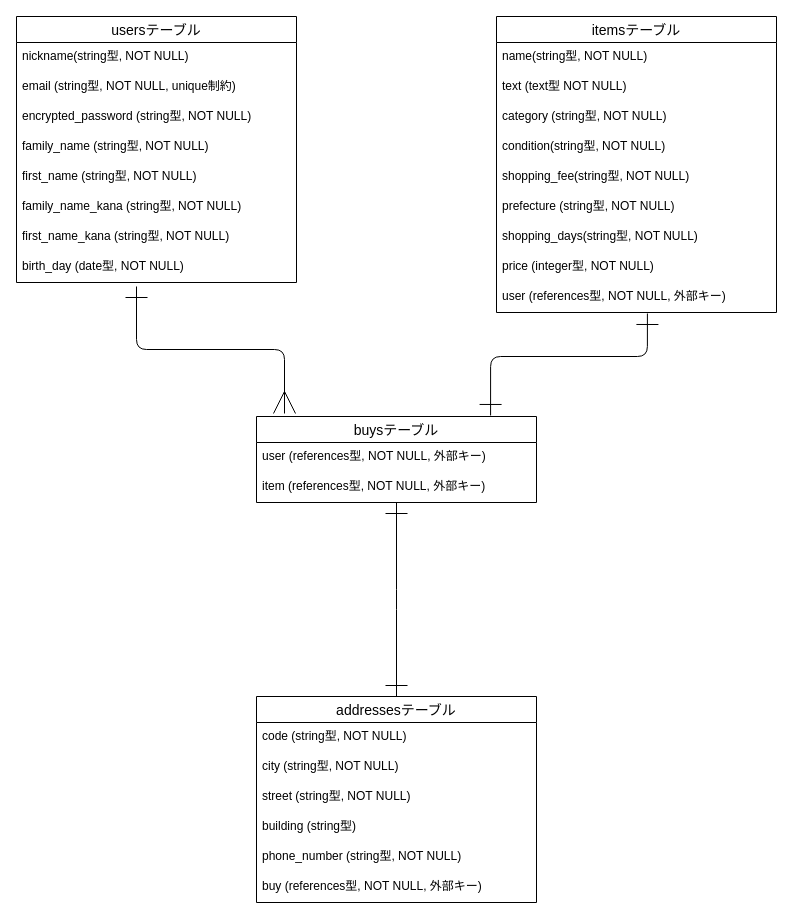
The draw.io diagram furima.dio in amamyyyyy/furima-40448, before the edit. Source tidied: cells renumbered, new cells numbered last; positions are measured from the earlier drawing's top-left corner, leaving out a move shared by most shapes. Both pictures are drawn from the tidied source at 100%, with x=0, y=0 at pixel (16, 16).
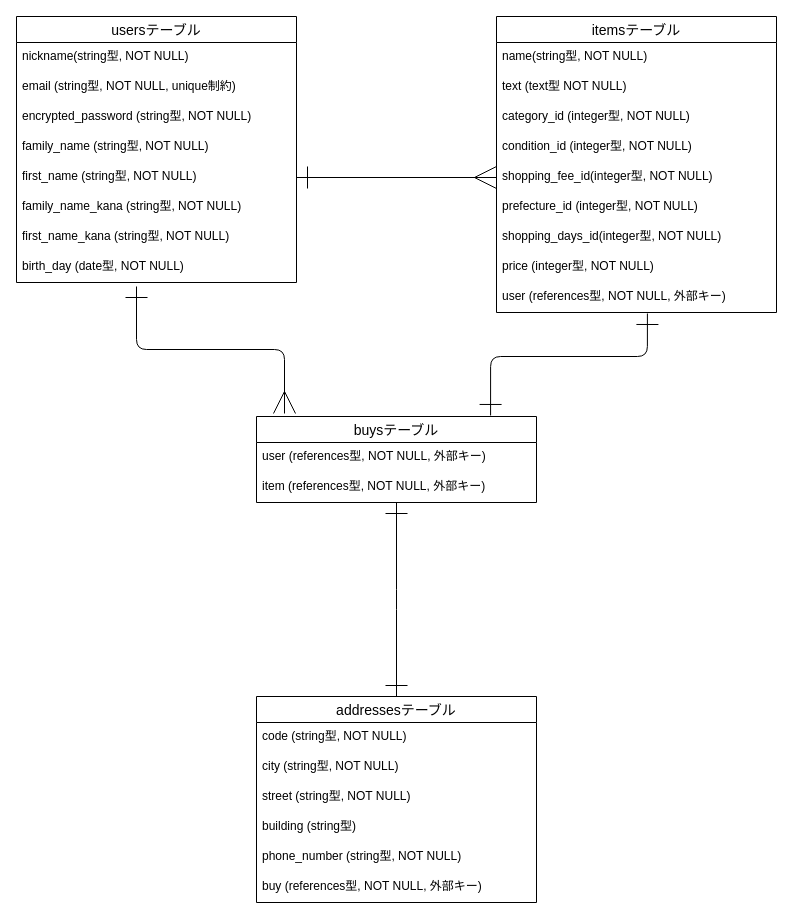
The same page after the edit.

The change refers to these unchanged cells:
```xml
<mxCell id="7" value="first_name (string型, NOT NULL)" style="text;strokeColor=none;fillColor=none;spacingLeft=4;spacingRight=4;overflow=hidden;points=[[0,0.5],[1,0.5]];portConstraint=eastwest;fontSize=12;" parent="2" vertex="1">
  <mxGeometry y="146" width="280" height="30" as="geometry" />
</mxCell>
<mxCell id="21" value="itemsテーブル" style="swimlane;fontStyle=0;horizontal=1;startSize=26;align=center;fontSize=14;" parent="1" vertex="1">
  <mxGeometry x="480" width="280" height="296" as="geometry" />
</mxCell>
```

What changed in the source:
```diff
@@
-    <mxCell id="24" value="category (string型, NOT NULL)" style="text;strokeColor=none;fillColor=none;spacingLeft=4;spacingRight=4;overflow=hidden;fontSize=12;" parent="21" vertex="1">
+    <mxCell id="24" value="category_id (integer型, NOT NULL)" style="text;strokeColor=none;fillColor=none;spacingLeft=4;spacingRight=4;overflow=hidden;fontSize=12;" parent="21" vertex="1">
       <mxGeometry y="86" width="280" height="30" as="geometry" />
     </mxCell>
-    <mxCell id="25" value="condition(string型, NOT NULL)" style="text;strokeColor=none;fillColor=none;spacingLeft=4;spacingRight=4;overflow=hidden;fontSize=12;" parent="21" vertex="1">
+    <mxCell id="25" value="condition_id (integer型, NOT NULL)" style="text;strokeColor=none;fillColor=none;spacingLeft=4;spacingRight=4;overflow=hidden;fontSize=12;" parent="21" vertex="1">
       <mxGeometry y="116" width="280" height="30" as="geometry" />
     </mxCell>
-    <mxCell id="26" value="shopping_fee(string型, NOT NULL)" style="text;strokeColor=none;fillColor=none;spacingLeft=4;spacingRight=4;overflow=hidden;points=[[0,0.5],[1,0.5]];portConstraint=eastwest;fontSize=12;" parent="21" vertex="1">
+    <mxCell id="26" value="shopping_fee_id(integer型, NOT NULL)" style="text;strokeColor=none;fillColor=none;spacingLeft=4;spacingRight=4;overflow=hidden;points=[[0,0.5],[1,0.5]];portConstraint=eastwest;fontSize=12;" parent="21" vertex="1">
       <mxGeometry y="146" width="280" height="30" as="geometry" />
     </mxCell>
-    <mxCell id="27" value="prefecture (string型, NOT NULL)" style="text;strokeColor=none;fillColor=none;spacingLeft=4;spacingRight=4;overflow=hidden;fontSize=12;" parent="21" vertex="1">
+    <mxCell id="27" value="prefecture_id (integer型, NOT NULL)" style="text;strokeColor=none;fillColor=none;spacingLeft=4;spacingRight=4;overflow=hidden;fontSize=12;" parent="21" vertex="1">
       <mxGeometry y="176" width="280" height="30" as="geometry" />
     </mxCell>
-    <mxCell id="28" value="shopping_days(string型, NOT NULL)" style="text;strokeColor=none;fillColor=none;spacingLeft=4;spacingRight=4;overflow=hidden;fontSize=12;" parent="21" vertex="1">
+    <mxCell id="28" value="shopping_days_id(integer型, NOT NULL)" style="text;strokeColor=none;fillColor=none;spacingLeft=4;spacingRight=4;overflow=hidden;fontSize=12;" parent="21" vertex="1">
       <mxGeometry y="206" width="280" height="30" as="geometry" />
     </mxCell>
@@
+    <mxCell id="34" style="edgeStyle=none;html=1;exitX=1;exitY=0.5;exitDx=0;exitDy=0;entryX=0;entryY=0.5;entryDx=0;entryDy=0;endArrow=ERmany;endFill=0;endSize=20;startArrow=ERone;startFill=0;startSize=20;" parent="1" edge="1" source="7" target="26">
+      <mxGeometry relative="1" as="geometry" />
+    </mxCell>
```
